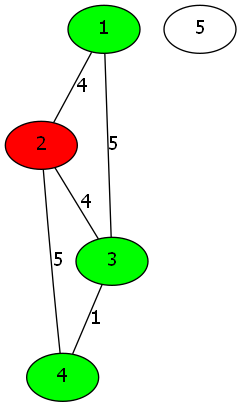
The Graphviz diagram lab_07_12/graph.png in SGCube/IU7-Data-Types-and-Structures, before a commit. Its source is kept beside it as lab_07_12/graph.gv.
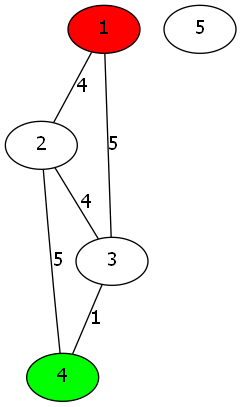
After the commit.

What changed in the source:
```diff
@@ -1,7 +1,7 @@
 graph roads {
-1 [style=filled, fillcolor=green];
-2 [style=filled, fillcolor=red];
-3 [style=filled, fillcolor=green];
+1 [style=filled, fillcolor=red];
+2;
+3;
 4 [style=filled, fillcolor=green];
 5;
 1 -- 2 [label=4];
```
